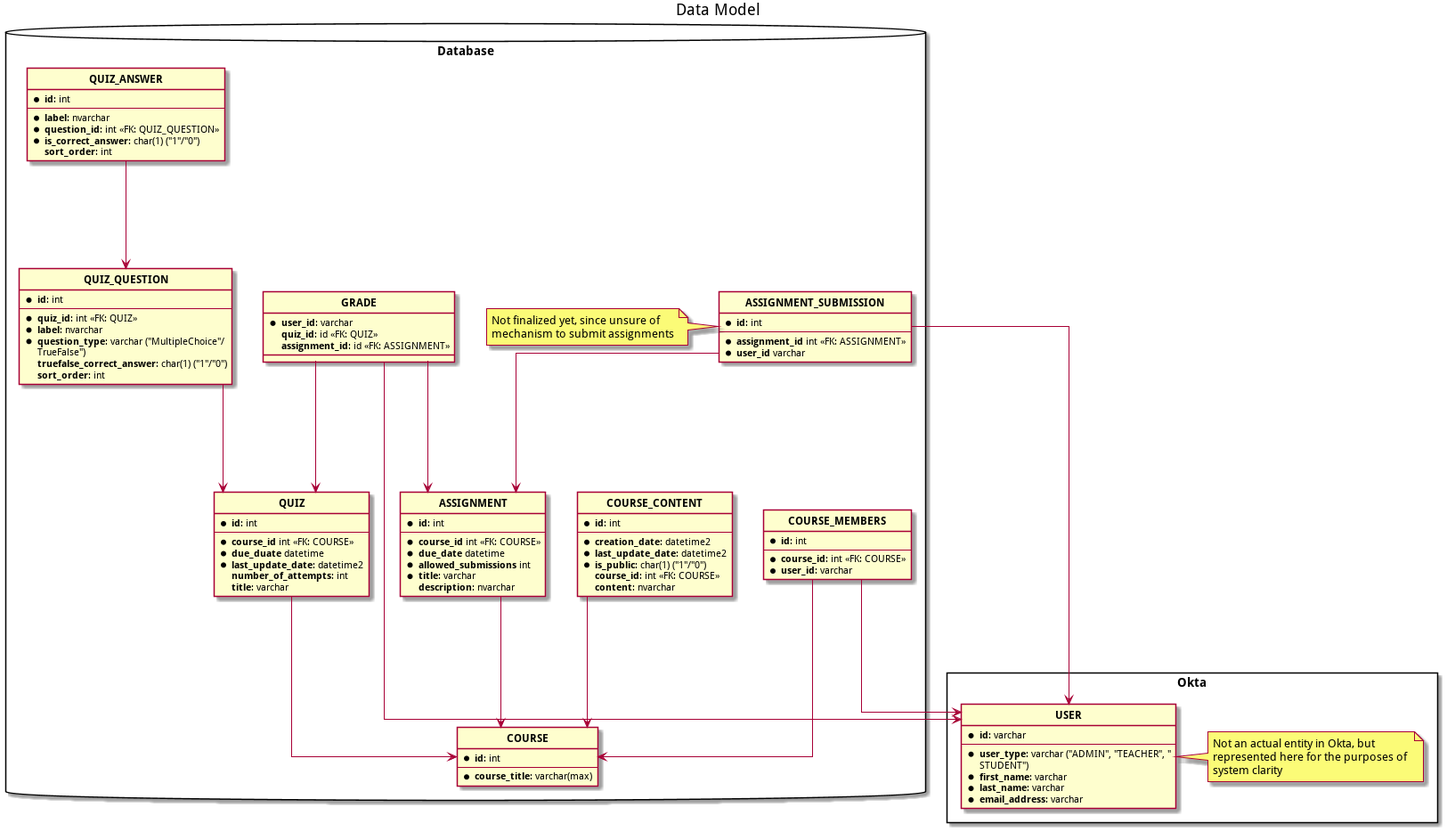
Before: output/ERDiagram.png, a diagram exported from PlantUML (lightbulb-lms/documentation).
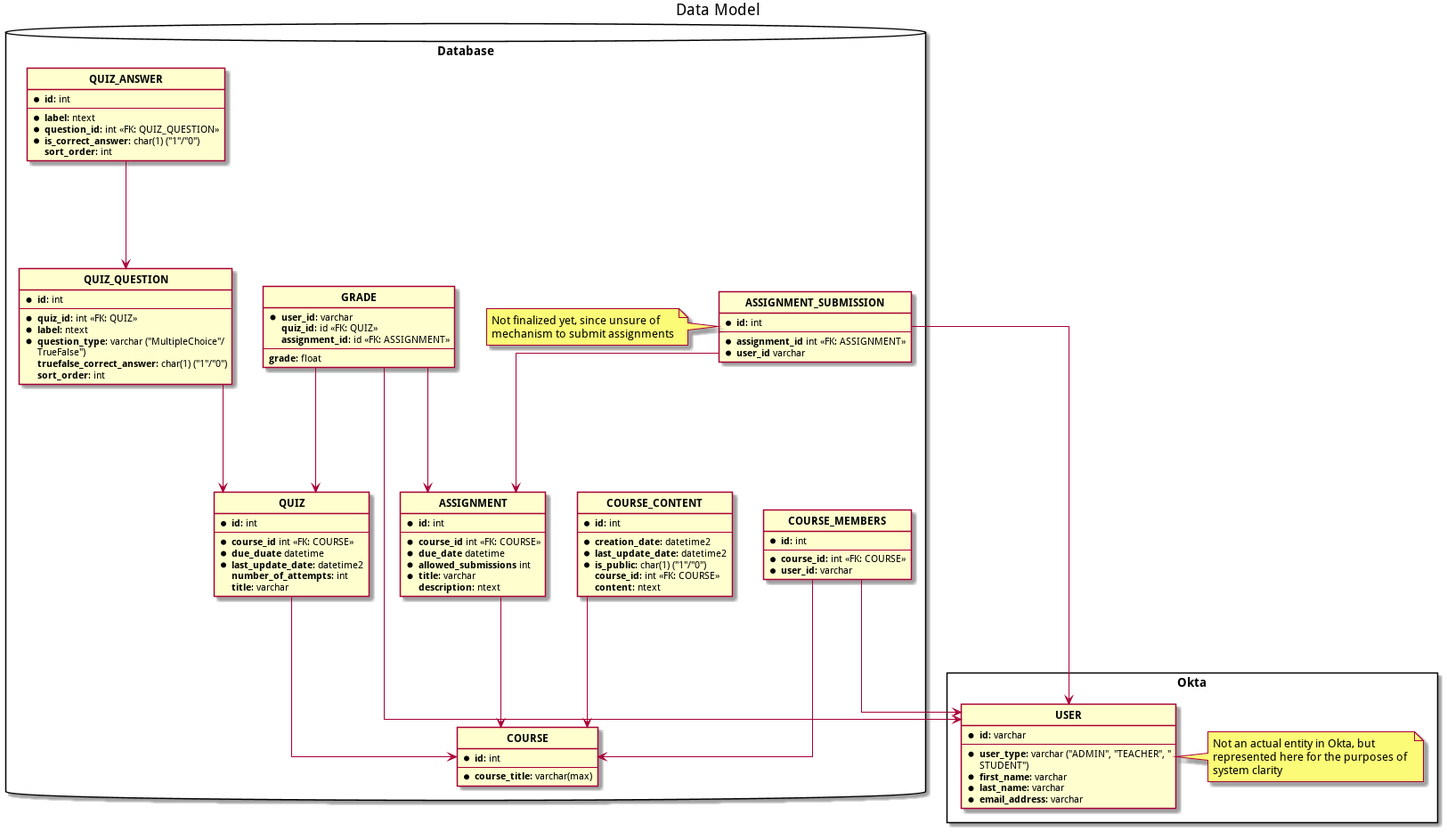
After the change.

What changed in the source:
```diff
@@ -42,7 +42,7 @@
         * **last_update_date**: datetime2
         * **is_public**: char(1) ("1"/"0")
         **course_id**: int <<FK: COURSE>>
-        **content**: nvarchar
+        **content**: ntext
     }
 
     entity "**QUIZ**" as q {
@@ -59,7 +59,7 @@
         * **id**: int
         --
         * **quiz_id**: int <<FK: QUIZ>>
-        * **label**: nvarchar
+        * **label**: ntext
         * **question_type**: varchar ("MultipleChoice"/TrueFalse")
         **truefalse_correct_answer**: char(1) ("1"/"0")
         **sort_order**: int
@@ -68,7 +68,7 @@
     entity "**QUIZ_ANSWER**" as qa {
         * **id**: int
         --
-        * **label**: nvarchar
+        * **label**: ntext
         * **question_id**: int <<FK: QUIZ_QUESTION>>
         * **is_correct_answer**: char(1) ("1"/"0")
         **sort_order**: int
@@ -81,7 +81,7 @@
         * **due_date** datetime
         * **allowed_submissions** int
         * **title**: varchar
-        **description**: nvarchar
+        **description**: ntext
     }
 
     entity "**ASSIGNMENT_SUBMISSION**" as as {
@@ -98,6 +98,8 @@
         * **user_id**: varchar
         **quiz_id**: id <<FK: QUIZ>>
         **assignment_id**: id <<FK: ASSIGNMENT>>
+        --
+        **grade**: float
     }
 }
 
```
